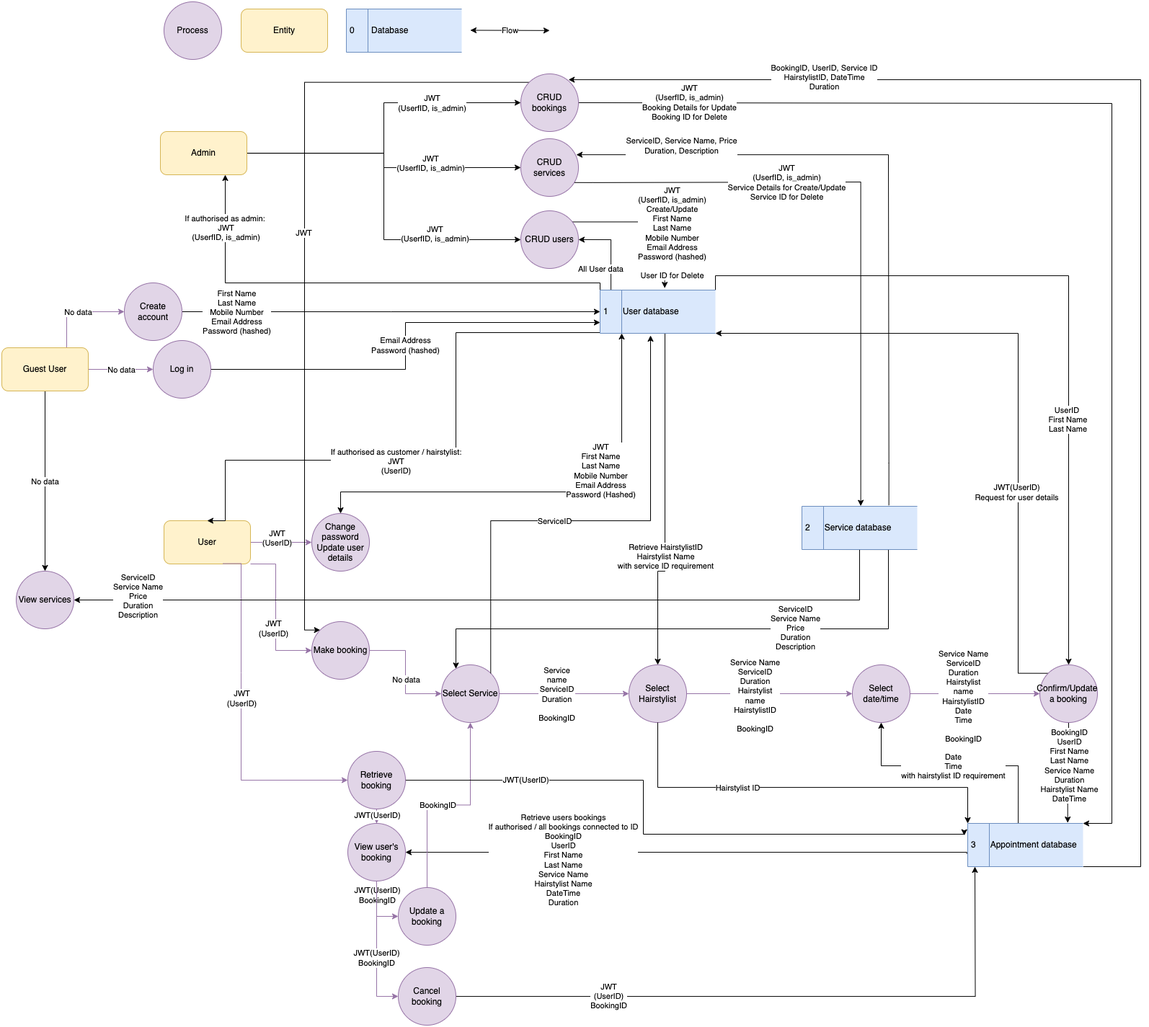
Before: docs/RPNZL_T3A2_DataflowDiagram.png, a diagram exported from draw.io (CA-RPNZL/rpnzl-docs). Source tidied: cells renumbered, new cells last; positions are measured from the earlier drawing's top-left corner, leaving out a move shared by most shapes.
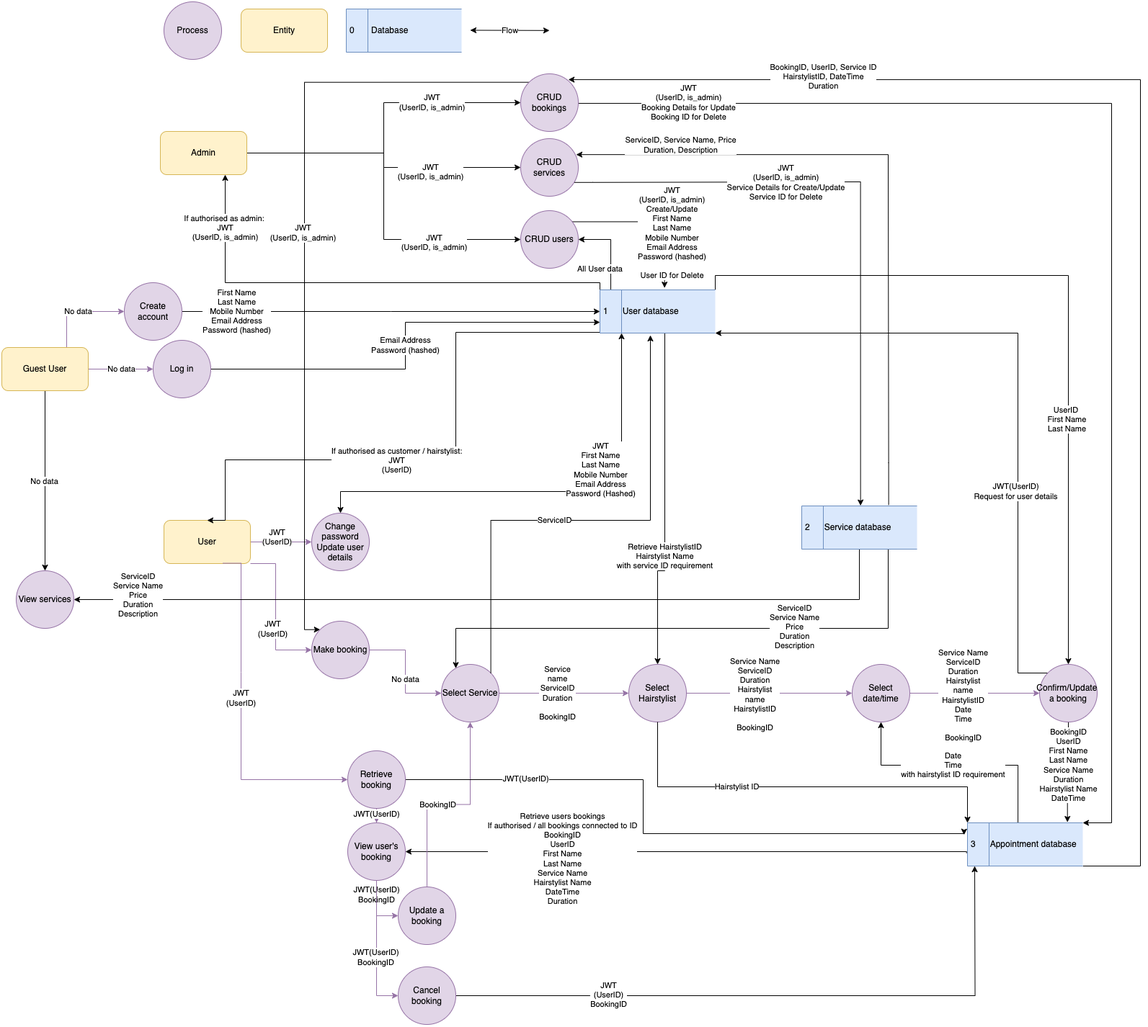
Above is the later version.

Commit message:
fix: DFD updates and readme edit for flow

Diff of the diagram source:
```diff
@@ -11,7 +11,7 @@
         </Array>
       </mxGeometry>
     </mxCell>
-    <mxCell id="3" value="If authorised as admin:&amp;nbsp;&lt;br&gt;JWT&lt;br&gt;(UserfID, is_admin)" style="edgeLabel;html=1;align=center;verticalAlign=middle;" parent="2" vertex="1">
+    <mxCell id="3" value="If authorised as admin:&amp;nbsp;&lt;br&gt;JWT&lt;br&gt;(UserID, is_admin)" style="edgeLabel;html=1;align=center;verticalAlign=middle;" parent="2" vertex="1">
       <mxGeometry x="0.62" relative="1" as="geometry">
         <mxPoint y="-58" as="offset" />
       </mxGeometry>
@@ -109,19 +109,19 @@
     <mxCell id="23" style="edgeStyle=orthogonalEdgeStyle;rounded=0;jettySize=auto;html=1;entryX=0;entryY=0.5;entryDx=0;entryDy=0;" parent="1" edge="1" source="29" target="51">
       <mxGeometry relative="1" as="geometry" />
     </mxCell>
-    <mxCell id="24" value="&#10;&lt;span style=&quot;color: rgb(0, 0, 0); font-family: Helvetica; font-size: 11px; font-style: normal; font-variant-ligatures: normal; font-variant-caps: normal; font-weight: 400; letter-spacing: normal; orphans: 2; text-align: center; text-indent: 0px; text-transform: none; widows: 2; word-spacing: 0px; -webkit-text-stroke-width: 0px; background-color: rgb(255, 255, 255); text-decoration-thickness: initial; text-decoration-style: initial; text-decoration-color: initial; float: none; display: inline !important;&quot;&gt;JWT&lt;/span&gt;&lt;br style=&quot;border-color: var(--border-color); color: rgb(0, 0, 0); font-family: Helvetica; font-size: 11px; font-style: normal; font-variant-ligatures: normal; font-variant-caps: normal; font-weight: 400; letter-spacing: normal; orphans: 2; text-align: center; text-indent: 0px; text-transform: none; widows: 2; word-spacing: 0px; -webkit-text-stroke-width: 0px; text-decoration-thickness: initial; text-decoration-style: initial; text-decoration-color: initial;&quot;&gt;&lt;span style=&quot;color: rgb(0, 0, 0); font-family: Helvetica; font-size: 11px; font-style: normal; font-variant-ligatures: normal; font-variant-caps: normal; font-weight: 400; letter-spacing: normal; orphans: 2; text-align: center; text-indent: 0px; text-transform: none; widows: 2; word-spacing: 0px; -webkit-text-stroke-width: 0px; background-color: rgb(255, 255, 255); text-decoration-thickness: initial; text-decoration-style: initial; text-decoration-color: initial; float: none; display: inline !important;&quot;&gt;(UserfID,&lt;span&gt;&amp;nbsp;&lt;/span&gt;&lt;/span&gt;&lt;span style=&quot;color: rgb(0, 0, 0); font-family: Helvetica; font-size: 11px; font-style: normal; font-variant-ligatures: normal; font-variant-caps: normal; font-weight: 400; letter-spacing: normal; orphans: 2; text-align: center; text-indent: 0px; text-transform: none; widows: 2; word-spacing: 0px; -webkit-text-stroke-width: 0px; background-color: rgb(255, 255, 255); text-decoration-thickness: initial; text-decoration-style: initial; text-decoration-color: initial; float: none; display: inline !important;&quot;&gt;is_admin)&lt;/span&gt;&#10;&#10;" style="edgeLabel;html=1;align=center;verticalAlign=middle;" parent="23" vertex="1">
+    <mxCell id="24" value="&lt;br&gt;&lt;span style=&quot;color: rgb(0, 0, 0); font-family: Helvetica; font-size: 11px; font-style: normal; font-variant-ligatures: normal; font-variant-caps: normal; font-weight: 400; letter-spacing: normal; orphans: 2; text-align: center; text-indent: 0px; text-transform: none; widows: 2; word-spacing: 0px; -webkit-text-stroke-width: 0px; background-color: rgb(255, 255, 255); text-decoration-thickness: initial; text-decoration-style: initial; text-decoration-color: initial; float: none; display: inline !important;&quot;&gt;JWT&lt;/span&gt;&lt;br style=&quot;border-color: var(--border-color); color: rgb(0, 0, 0); font-family: Helvetica; font-size: 11px; font-style: normal; font-variant-ligatures: normal; font-variant-caps: normal; font-weight: 400; letter-spacing: normal; orphans: 2; text-align: center; text-indent: 0px; text-transform: none; widows: 2; word-spacing: 0px; -webkit-text-stroke-width: 0px; text-decoration-thickness: initial; text-decoration-style: initial; text-decoration-color: initial;&quot;&gt;&lt;span style=&quot;color: rgb(0, 0, 0); font-family: Helvetica; font-size: 11px; font-style: normal; font-variant-ligatures: normal; font-variant-caps: normal; font-weight: 400; letter-spacing: normal; orphans: 2; text-align: center; text-indent: 0px; text-transform: none; widows: 2; word-spacing: 0px; -webkit-text-stroke-width: 0px; background-color: rgb(255, 255, 255); text-decoration-thickness: initial; text-decoration-style: initial; text-decoration-color: initial; float: none; display: inline !important;&quot;&gt;(UserID,&lt;span&gt;&amp;nbsp;&lt;/span&gt;&lt;/span&gt;&lt;span style=&quot;color: rgb(0, 0, 0); font-family: Helvetica; font-size: 11px; font-style: normal; font-variant-ligatures: normal; font-variant-caps: normal; font-weight: 400; letter-spacing: normal; orphans: 2; text-align: center; text-indent: 0px; text-transform: none; widows: 2; word-spacing: 0px; -webkit-text-stroke-width: 0px; background-color: rgb(255, 255, 255); text-decoration-thickness: initial; text-decoration-style: initial; text-decoration-color: initial; float: none; display: inline !important;&quot;&gt;is_admin)&lt;/span&gt;&lt;br&gt;" style="edgeLabel;html=1;align=center;verticalAlign=middle;" parent="23" vertex="1">
       <mxGeometry x="0.52" y="2" relative="1" as="geometry" />
     </mxCell>
     <mxCell id="25" style="edgeStyle=orthogonalEdgeStyle;rounded=0;jettySize=auto;html=1;entryX=0;entryY=0.5;entryDx=0;entryDy=0;" parent="1" edge="1" source="29" target="48">
       <mxGeometry relative="1" as="geometry" />
     </mxCell>
-    <mxCell id="26" value="JWT&lt;br style=&quot;border-color: var(--border-color);&quot;&gt;(UserfID,&amp;nbsp;is_admin)" style="edgeLabel;html=1;align=center;verticalAlign=middle;" parent="25" vertex="1">
+    <mxCell id="26" value="JWT&lt;br style=&quot;border-color: var(--border-color);&quot;&gt;(UserID,&amp;nbsp;is_admin)" style="edgeLabel;html=1;align=center;verticalAlign=middle;" parent="25" vertex="1">
       <mxGeometry x="0.45" relative="1" as="geometry" />
     </mxCell>
     <mxCell id="27" style="edgeStyle=orthogonalEdgeStyle;rounded=0;jettySize=auto;html=1;exitX=1;exitY=0.5;exitDx=0;exitDy=0;entryX=0;entryY=0.5;entryDx=0;entryDy=0;" parent="1" edge="1" source="29" target="61">
       <mxGeometry relative="1" as="geometry" />
     </mxCell>
-    <mxCell id="28" value="&#10;&lt;span style=&quot;color: rgb(0, 0, 0); font-family: Helvetica; font-size: 11px; font-style: normal; font-variant-ligatures: normal; font-variant-caps: normal; font-weight: 400; letter-spacing: normal; orphans: 2; text-align: center; text-indent: 0px; text-transform: none; widows: 2; word-spacing: 0px; -webkit-text-stroke-width: 0px; background-color: rgb(255, 255, 255); text-decoration-thickness: initial; text-decoration-style: initial; text-decoration-color: initial; float: none; display: inline !important;&quot;&gt;JWT&lt;/span&gt;&lt;br style=&quot;border-color: var(--border-color); color: rgb(0, 0, 0); font-family: Helvetica; font-size: 11px; font-style: normal; font-variant-ligatures: normal; font-variant-caps: normal; font-weight: 400; letter-spacing: normal; orphans: 2; text-align: center; text-indent: 0px; text-transform: none; widows: 2; word-spacing: 0px; -webkit-text-stroke-width: 0px; text-decoration-thickness: initial; text-decoration-style: initial; text-decoration-color: initial;&quot;&gt;&lt;span style=&quot;color: rgb(0, 0, 0); font-family: Helvetica; font-size: 11px; font-style: normal; font-variant-ligatures: normal; font-variant-caps: normal; font-weight: 400; letter-spacing: normal; orphans: 2; text-align: center; text-indent: 0px; text-transform: none; widows: 2; word-spacing: 0px; -webkit-text-stroke-width: 0px; background-color: rgb(255, 255, 255); text-decoration-thickness: initial; text-decoration-style: initial; text-decoration-color: initial; float: none; display: inline !important;&quot;&gt;(UserfID,&lt;span&gt;&amp;nbsp;&lt;/span&gt;&lt;/span&gt;&lt;span style=&quot;color: rgb(0, 0, 0); font-family: Helvetica; font-size: 11px; font-style: normal; font-variant-ligatures: normal; font-variant-caps: normal; font-weight: 400; letter-spacing: normal; orphans: 2; text-align: center; text-indent: 0px; text-transform: none; widows: 2; word-spacing: 0px; -webkit-text-stroke-width: 0px; background-color: rgb(255, 255, 255); text-decoration-thickness: initial; text-decoration-style: initial; text-decoration-color: initial; float: none; display: inline !important;&quot;&gt;is_admin)&lt;/span&gt;&#10;&#10;" style="edgeLabel;html=1;align=center;verticalAlign=middle;" parent="27" vertex="1">
+    <mxCell id="28" value="&lt;br&gt;&lt;span style=&quot;color: rgb(0, 0, 0); font-family: Helvetica; font-size: 11px; font-style: normal; font-variant-ligatures: normal; font-variant-caps: normal; font-weight: 400; letter-spacing: normal; orphans: 2; text-align: center; text-indent: 0px; text-transform: none; widows: 2; word-spacing: 0px; -webkit-text-stroke-width: 0px; background-color: rgb(255, 255, 255); text-decoration-thickness: initial; text-decoration-style: initial; text-decoration-color: initial; float: none; display: inline !important;&quot;&gt;JWT&lt;/span&gt;&lt;br style=&quot;border-color: var(--border-color); color: rgb(0, 0, 0); font-family: Helvetica; font-size: 11px; font-style: normal; font-variant-ligatures: normal; font-variant-caps: normal; font-weight: 400; letter-spacing: normal; orphans: 2; text-align: center; text-indent: 0px; text-transform: none; widows: 2; word-spacing: 0px; -webkit-text-stroke-width: 0px; text-decoration-thickness: initial; text-decoration-style: initial; text-decoration-color: initial;&quot;&gt;&lt;span style=&quot;color: rgb(0, 0, 0); font-family: Helvetica; font-size: 11px; font-style: normal; font-variant-ligatures: normal; font-variant-caps: normal; font-weight: 400; letter-spacing: normal; orphans: 2; text-align: center; text-indent: 0px; text-transform: none; widows: 2; word-spacing: 0px; -webkit-text-stroke-width: 0px; background-color: rgb(255, 255, 255); text-decoration-thickness: initial; text-decoration-style: initial; text-decoration-color: initial; float: none; display: inline !important;&quot;&gt;(UserID,&lt;span&gt;&amp;nbsp;&lt;/span&gt;&lt;/span&gt;&lt;span style=&quot;color: rgb(0, 0, 0); font-family: Helvetica; font-size: 11px; font-style: normal; font-variant-ligatures: normal; font-variant-caps: normal; font-weight: 400; letter-spacing: normal; orphans: 2; text-align: center; text-indent: 0px; text-transform: none; widows: 2; word-spacing: 0px; -webkit-text-stroke-width: 0px; background-color: rgb(255, 255, 255); text-decoration-thickness: initial; text-decoration-style: initial; text-decoration-color: initial; float: none; display: inline !important;&quot;&gt;is_admin)&lt;/span&gt;&lt;br&gt;" style="edgeLabel;html=1;align=center;verticalAlign=middle;" parent="27" vertex="1">
       <mxGeometry x="0.38" relative="1" as="geometry" />
     </mxCell>
     <mxCell id="29" value="Admin" style="rounded=1;whiteSpace=wrap;html=1;fillColor=#fff2cc;strokeColor=#d6b656;" parent="1" vertex="1">
@@ -194,7 +194,7 @@
         </Array>
       </mxGeometry>
     </mxCell>
-    <mxCell id="45" value="JWT&lt;br style=&quot;border-color: var(--border-color);&quot;&gt;(UserfID,&amp;nbsp;is_admin)&lt;br&gt;Booking Details for Update&lt;br&gt;Booking ID for Delete" style="edgeLabel;html=1;align=center;verticalAlign=middle;" parent="44" vertex="1">
+    <mxCell id="45" value="JWT&lt;br style=&quot;border-color: var(--border-color);&quot;&gt;(UserID,&amp;nbsp;is_admin)&lt;br&gt;Booking Details for Update&lt;br&gt;Booking ID for Delete" style="edgeLabel;html=1;align=center;verticalAlign=middle;" parent="44" vertex="1">
       <mxGeometry x="-0.83" y="1" relative="1" as="geometry" />
     </mxCell>
     <mxCell id="46" style="edgeStyle=orthogonalEdgeStyle;rounded=0;jettySize=auto;html=1;exitX=0;exitY=0;exitDx=0;exitDy=0;entryX=0;entryY=0;entryDx=0;entryDy=0;" parent="1" edge="1" source="48" target="96">
@@ -205,7 +205,7 @@
         </Array>
       </mxGeometry>
     </mxCell>
-    <mxCell id="47" value="JWT" style="edgeLabel;html=1;align=center;verticalAlign=middle;" parent="46" vertex="1">
+    <mxCell id="47" value="&lt;span style=&quot;color: rgb(0, 0, 0); font-family: Helvetica; font-size: 11px; font-style: normal; font-variant-ligatures: normal; font-variant-caps: normal; font-weight: 400; letter-spacing: normal; orphans: 2; text-align: center; text-indent: 0px; text-transform: none; widows: 2; word-spacing: 0px; -webkit-text-stroke-width: 0px; background-color: rgb(255, 255, 255); text-decoration-thickness: initial; text-decoration-style: initial; text-decoration-color: initial; float: none; display: inline !important;&quot;&gt;JWT&lt;/span&gt;&lt;br style=&quot;border-color: var(--border-color); color: rgb(0, 0, 0); font-family: Helvetica; font-size: 11px; font-style: normal; font-variant-ligatures: normal; font-variant-caps: normal; font-weight: 400; letter-spacing: normal; orphans: 2; text-align: center; text-indent: 0px; text-transform: none; widows: 2; word-spacing: 0px; -webkit-text-stroke-width: 0px; text-decoration-thickness: initial; text-decoration-style: initial; text-decoration-color: initial;&quot;&gt;&lt;span style=&quot;color: rgb(0, 0, 0); font-family: Helvetica; font-size: 11px; font-style: normal; font-variant-ligatures: normal; font-variant-caps: normal; font-weight: 400; letter-spacing: normal; orphans: 2; text-align: center; text-indent: 0px; text-transform: none; widows: 2; word-spacing: 0px; -webkit-text-stroke-width: 0px; background-color: rgb(255, 255, 255); text-decoration-thickness: initial; text-decoration-style: initial; text-decoration-color: initial; float: none; display: inline !important;&quot;&gt;(UserID, is_admin)&lt;/span&gt;" style="edgeLabel;html=1;align=center;verticalAlign=middle;" parent="46" vertex="1">
       <mxGeometry x="-0.05" y="-2" relative="1" as="geometry">
         <mxPoint y="-1" as="offset" />
       </mxGeometry>
@@ -218,7 +218,7 @@
         <mxPoint x="919.6" y="397.2" as="targetPoint" />
       </mxGeometry>
     </mxCell>
-    <mxCell id="50" value="JWT&lt;br style=&quot;border-color: var(--border-color);&quot;&gt;(UserfID,&amp;nbsp;is_admin)&lt;br&gt;Create/Update&lt;br&gt;First Name&lt;br style=&quot;border-color: var(--border-color);&quot;&gt;Last Name&lt;br style=&quot;border-color: var(--border-color);&quot;&gt;Mobile Number&lt;br style=&quot;border-color: var(--border-color);&quot;&gt;Email Address&lt;br style=&quot;border-color: var(--border-color);&quot;&gt;Password (hashed)&lt;br&gt;&lt;br&gt;User ID for Delete" style="edgeLabel;html=1;align=center;verticalAlign=middle;" parent="49" vertex="1">
+    <mxCell id="50" value="JWT&lt;br style=&quot;border-color: var(--border-color);&quot;&gt;(UserID,&amp;nbsp;is_admin)&lt;br&gt;Create/Update&lt;br&gt;First Name&lt;br style=&quot;border-color: var(--border-color);&quot;&gt;Last Name&lt;br style=&quot;border-color: var(--border-color);&quot;&gt;Mobile Number&lt;br style=&quot;border-color: var(--border-color);&quot;&gt;Email Address&lt;br style=&quot;border-color: var(--border-color);&quot;&gt;Password (hashed)&lt;br&gt;&lt;br&gt;User ID for Delete" style="edgeLabel;html=1;align=center;verticalAlign=middle;" parent="49" vertex="1">
       <mxGeometry x="-0.37" relative="1" as="geometry">
         <mxPoint x="69" y="15" as="offset" />
       </mxGeometry>
@@ -283,7 +283,7 @@
         </Array>
       </mxGeometry>
     </mxCell>
-    <mxCell id="63" value="JWT&lt;br style=&quot;border-color: var(--border-color);&quot;&gt;(UserfID,&amp;nbsp;is_admin)&lt;br&gt;Service Details for Create/Update&lt;br&gt;Service ID for Delete" style="edgeLabel;html=1;align=center;verticalAlign=middle;" parent="62" vertex="1">
+    <mxCell id="63" value="JWT&lt;br style=&quot;border-color: var(--border-color);&quot;&gt;(UserID,&amp;nbsp;is_admin)&lt;br&gt;Service Details for Create/Update&lt;br&gt;Service ID for Delete" style="edgeLabel;html=1;align=center;verticalAlign=middle;" parent="62" vertex="1">
       <mxGeometry x="-0.81" y="-2" relative="1" as="geometry">
         <mxPoint x="211" y="-2" as="offset" />
       </mxGeometry>
```
